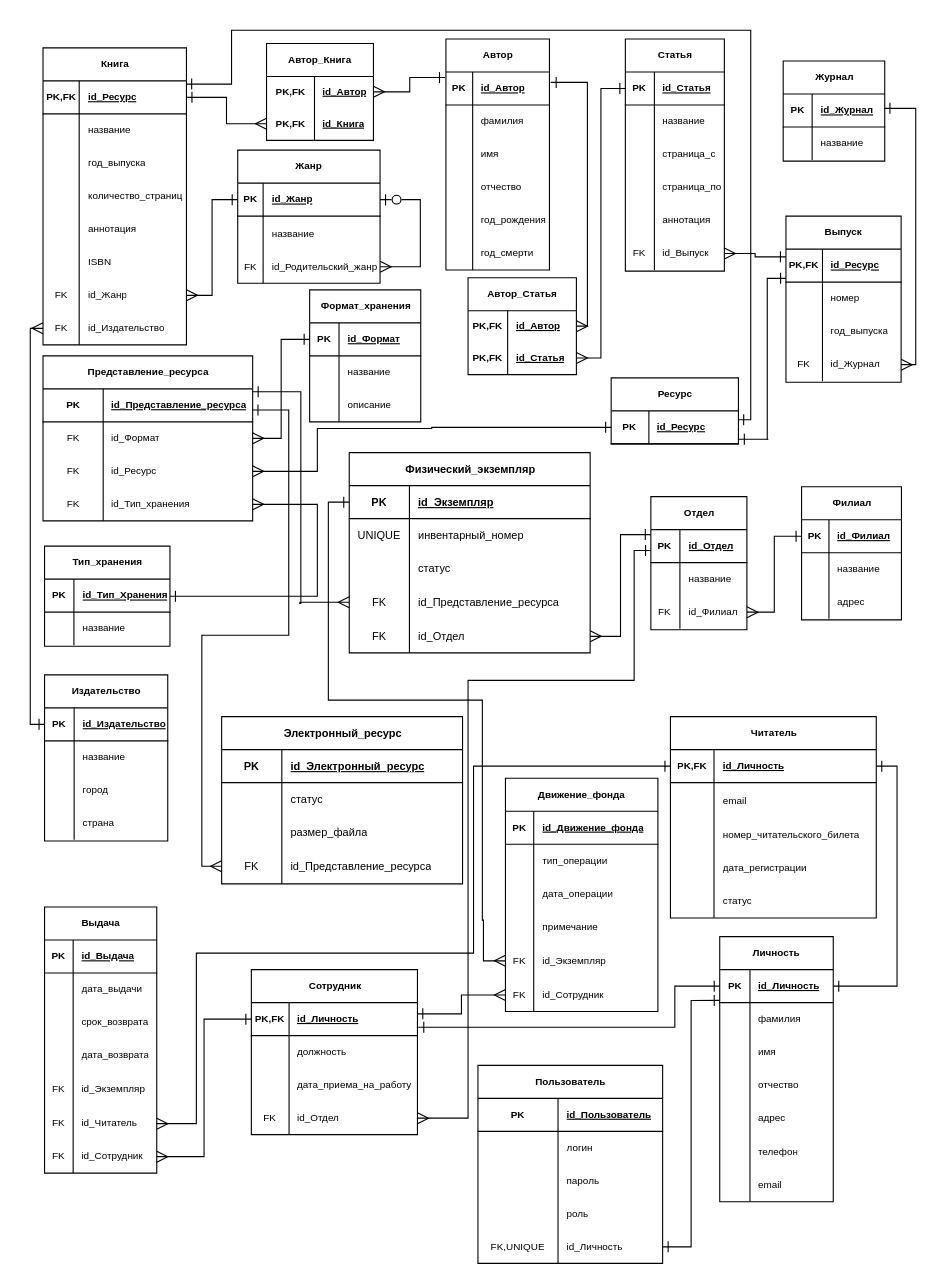
The draw.io diagram page "R-схема бд (нфбк)" (4 of 9) of db_design.drawio in Alivaros/Course_Project_DB, before the edit. Source tidied: cells renumbered, new cells numbered last; positions are measured from the earlier drawing's top-left corner, leaving out a move shared by most shapes. Both pictures are drawn from the tidied source at 110%, with x=0, y=0 at pixel (30, 30).
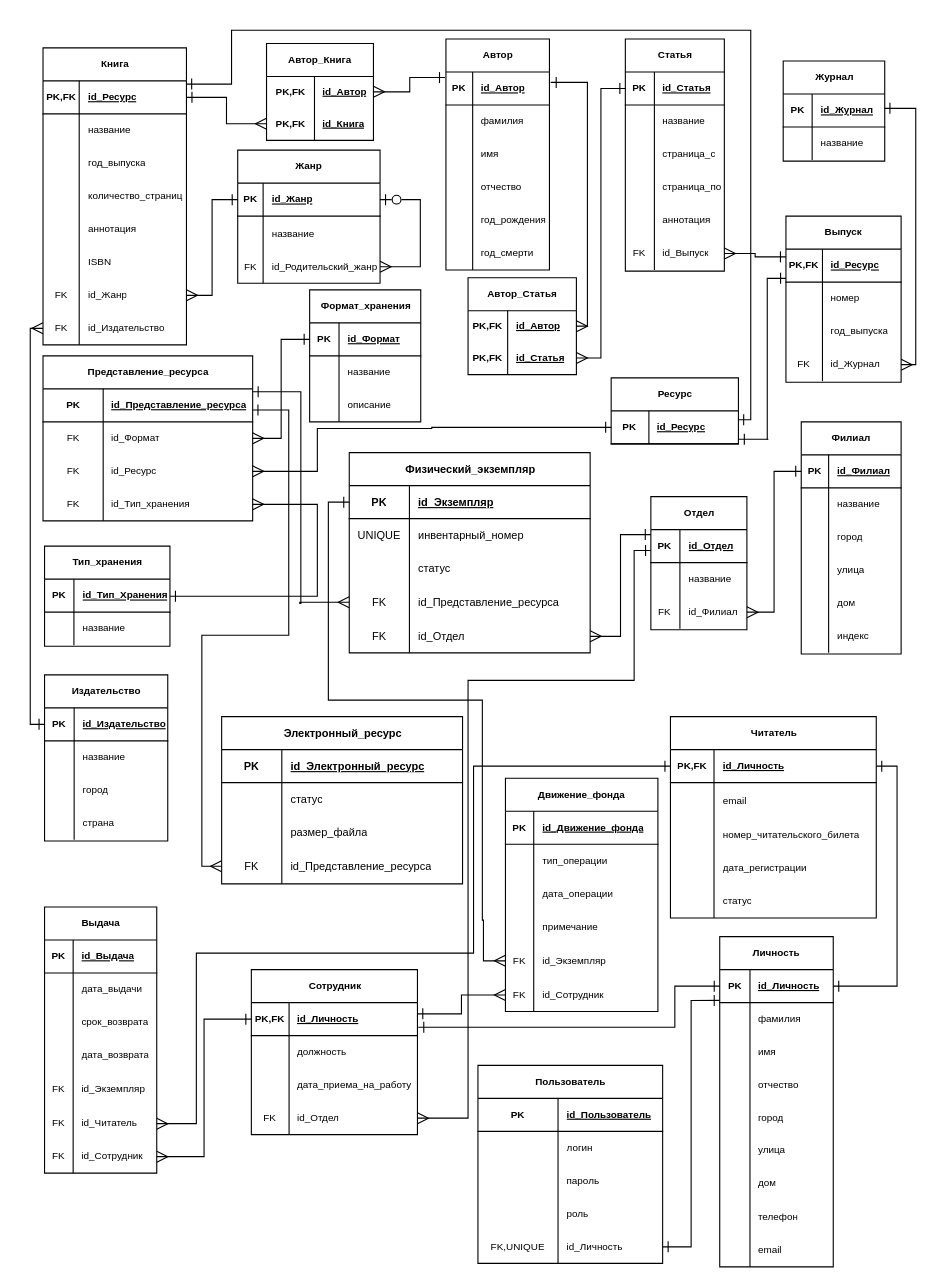
After the change.

Commit message:
Обновлена R-схема бд

The change refers to these unchanged cells:
```xml
<mxCell id="140" style="shape=tableRow;horizontal=0;startSize=0;swimlaneHead=0;swimlaneBody=0;fillColor=none;top=0;left=0;right=0;bottom=0;fontSize=9;" parent="133" vertex="1">
  <mxGeometry y="90" width="90.8" height="30" as="geometry" />
</mxCell>
```

Change to the diagram source:
```diff
@@
     <mxCell id="133" value="Филиал" style="shape=table;startSize=30;childLayout=tableLayout;rowLines=0;fontStyle=1;align=center;html=1;fontSize=9;" parent="1" vertex="1">
-      <mxGeometry x="701.2" y="415" width="90.8" height="121" as="geometry" />
+      <mxGeometry x="700.9" y="356" width="90.8" height="211" as="geometry" />
     </mxCell>
@@
-    <mxCell id="142" value="адрес" style="shape=partialRectangle;fillColor=none;top=0;left=0;bottom=0;right=0;align=left;spacingLeft=6;overflow=hidden;whiteSpace=wrap;html=1;fontSize=9;" parent="140" vertex="1">
+    <mxCell id="142" value="город" style="shape=partialRectangle;fillColor=none;top=0;left=0;bottom=0;right=0;align=left;spacingLeft=6;overflow=hidden;whiteSpace=wrap;html=1;fontSize=9;" parent="140" vertex="1">
       <mxGeometry x="24.9" width="66" height="30" as="geometry" />
     </mxCell>
+    <mxCell id="339" style="shape=tableRow;horizontal=0;startSize=0;swimlaneHead=0;swimlaneBody=0;fillColor=none;top=0;left=0;right=0;bottom=0;fontSize=9;" parent="133" vertex="1">
+      <mxGeometry y="120" width="90.8" height="30" as="geometry" />
+    </mxCell>
+    <mxCell id="340" style="shape=partialRectangle;fillColor=none;top=0;left=0;bottom=0;right=0;overflow=hidden;whiteSpace=wrap;html=1;fontSize=9;" parent="339" vertex="1">
+      <mxGeometry width="24.9" height="30" as="geometry" />
+    </mxCell>
+    <mxCell id="341" value="улица" style="shape=partialRectangle;fillColor=none;top=0;left=0;bottom=0;right=0;align=left;spacingLeft=6;overflow=hidden;whiteSpace=wrap;html=1;fontSize=9;" parent="339" vertex="1">
+      <mxGeometry x="24.9" width="66" height="30" as="geometry" />
+    </mxCell>
+    <mxCell id="342" style="shape=tableRow;horizontal=0;startSize=0;swimlaneHead=0;swimlaneBody=0;fillColor=none;top=0;left=0;right=0;bottom=0;fontSize=9;" parent="133" vertex="1">
+      <mxGeometry y="150" width="90.8" height="30" as="geometry" />
+    </mxCell>
+    <mxCell id="343" style="shape=partialRectangle;fillColor=none;top=0;left=0;bottom=0;right=0;overflow=hidden;whiteSpace=wrap;html=1;fontSize=9;" parent="342" vertex="1">
+      <mxGeometry width="24.9" height="30" as="geometry" />
+    </mxCell>
+    <mxCell id="344" value="дом" style="shape=partialRectangle;fillColor=none;top=0;left=0;bottom=0;right=0;align=left;spacingLeft=6;overflow=hidden;whiteSpace=wrap;html=1;fontSize=9;" parent="342" vertex="1">
+      <mxGeometry x="24.9" width="66" height="30" as="geometry" />
+    </mxCell>
+    <mxCell id="345" style="shape=tableRow;horizontal=0;startSize=0;swimlaneHead=0;swimlaneBody=0;fillColor=none;top=0;left=0;right=0;bottom=0;fontSize=9;" parent="133" vertex="1">
+      <mxGeometry y="180" width="90.8" height="30" as="geometry" />
+    </mxCell>
+    <mxCell id="346" style="shape=partialRectangle;fillColor=none;top=0;left=0;bottom=0;right=0;overflow=hidden;whiteSpace=wrap;html=1;fontSize=9;" parent="345" vertex="1">
+      <mxGeometry width="24.9" height="30" as="geometry" />
+    </mxCell>
+    <mxCell id="347" value="индекс" style="shape=partialRectangle;fillColor=none;top=0;left=0;bottom=0;right=0;align=left;spacingLeft=6;overflow=hidden;whiteSpace=wrap;html=1;fontSize=9;" parent="345" vertex="1">
+      <mxGeometry x="24.9" width="66" height="30" as="geometry" />
+    </mxCell>
@@
     <mxCell id="251" value="Личность" style="shape=table;startSize=30;childLayout=tableLayout;rowLines=0;fontStyle=1;align=center;html=1;fontSize=9;" parent="1" vertex="1">
-      <mxGeometry x="626.8" y="824" width="103.2" height="241" as="geometry" />
+      <mxGeometry x="626.8" y="824" width="103.2" height="300.2" as="geometry" />
     </mxCell>
@@
     <mxCell id="264" style="shape=tableRow;horizontal=0;startSize=0;swimlaneHead=0;swimlaneBody=0;fillColor=none;top=0;left=0;right=0;bottom=0;fontSize=9;" parent="251" vertex="1">
-      <mxGeometry y="150" width="103.2" height="30" as="geometry" />
+      <mxGeometry y="150" width="103.2" height="29" as="geometry" />
     </mxCell>
     <mxCell id="265" style="shape=partialRectangle;fillColor=none;top=0;left=0;bottom=0;right=0;overflow=hidden;whiteSpace=wrap;html=1;fontSize=9;" parent="264" vertex="1">
-      <mxGeometry width="27.5" height="30" as="geometry" />
+      <mxGeometry width="27.5" height="29" as="geometry" />
     </mxCell>
-    <mxCell id="266" value="адрес" style="shape=partialRectangle;fillColor=none;top=0;left=0;bottom=0;right=0;align=left;spacingLeft=6;overflow=hidden;whiteSpace=wrap;html=1;fontSize=9;" parent="264" vertex="1">
-      <mxGeometry x="27.5" width="75.8" height="30" as="geometry" />
+    <mxCell id="266" value="город" style="shape=partialRectangle;fillColor=none;top=0;left=0;bottom=0;right=0;align=left;spacingLeft=6;overflow=hidden;whiteSpace=wrap;html=1;fontSize=9;" parent="264" vertex="1">
+      <mxGeometry x="27.5" width="75.8" height="29" as="geometry" />
     </mxCell>
+    <mxCell id="348" style="shape=tableRow;horizontal=0;startSize=0;swimlaneHead=0;swimlaneBody=0;fillColor=none;top=0;left=0;right=0;bottom=0;fontSize=9;" parent="251" vertex="1">
+      <mxGeometry y="179" width="103.2" height="30" as="geometry" />
+    </mxCell>
+    <mxCell id="349" style="shape=partialRectangle;fillColor=none;top=0;left=0;bottom=0;right=0;overflow=hidden;whiteSpace=wrap;html=1;fontSize=9;" parent="348" vertex="1">
+      <mxGeometry width="27.5" height="30" as="geometry" />
+    </mxCell>
+    <mxCell id="350" value="улица" style="shape=partialRectangle;fillColor=none;top=0;left=0;bottom=0;right=0;align=left;spacingLeft=6;overflow=hidden;whiteSpace=wrap;html=1;fontSize=9;" parent="348" vertex="1">
+      <mxGeometry x="27.5" width="75.8" height="30" as="geometry" />
+    </mxCell>
+    <mxCell id="351" style="shape=tableRow;horizontal=0;startSize=0;swimlaneHead=0;swimlaneBody=0;fillColor=none;top=0;left=0;right=0;bottom=0;fontSize=9;" parent="251" vertex="1">
+      <mxGeometry y="209" width="103.2" height="30" as="geometry" />
+    </mxCell>
+    <mxCell id="352" style="shape=partialRectangle;fillColor=none;top=0;left=0;bottom=0;right=0;overflow=hidden;whiteSpace=wrap;html=1;fontSize=9;" parent="351" vertex="1">
+      <mxGeometry width="27.5" height="30" as="geometry" />
+    </mxCell>
+    <mxCell id="353" value="дом" style="shape=partialRectangle;fillColor=none;top=0;left=0;bottom=0;right=0;align=left;spacingLeft=6;overflow=hidden;whiteSpace=wrap;html=1;fontSize=9;" parent="351" vertex="1">
+      <mxGeometry x="27.5" width="75.8" height="30" as="geometry" />
+    </mxCell>
     <mxCell id="267" style="shape=tableRow;horizontal=0;startSize=0;swimlaneHead=0;swimlaneBody=0;fillColor=none;top=0;left=0;right=0;bottom=0;fontSize=9;" parent="251" vertex="1">
-      <mxGeometry y="180" width="103.2" height="31" as="geometry" />
+      <mxGeometry y="239" width="103.2" height="31" as="geometry" />
     </mxCell>
@@
     <mxCell id="270" style="shape=tableRow;horizontal=0;startSize=0;swimlaneHead=0;swimlaneBody=0;fillColor=none;top=0;left=0;right=0;bottom=0;fontSize=9;" parent="251" vertex="1">
-      <mxGeometry y="211" width="103.2" height="30" as="geometry" />
+      <mxGeometry y="270" width="103.2" height="30" as="geometry" />
     </mxCell>
```
